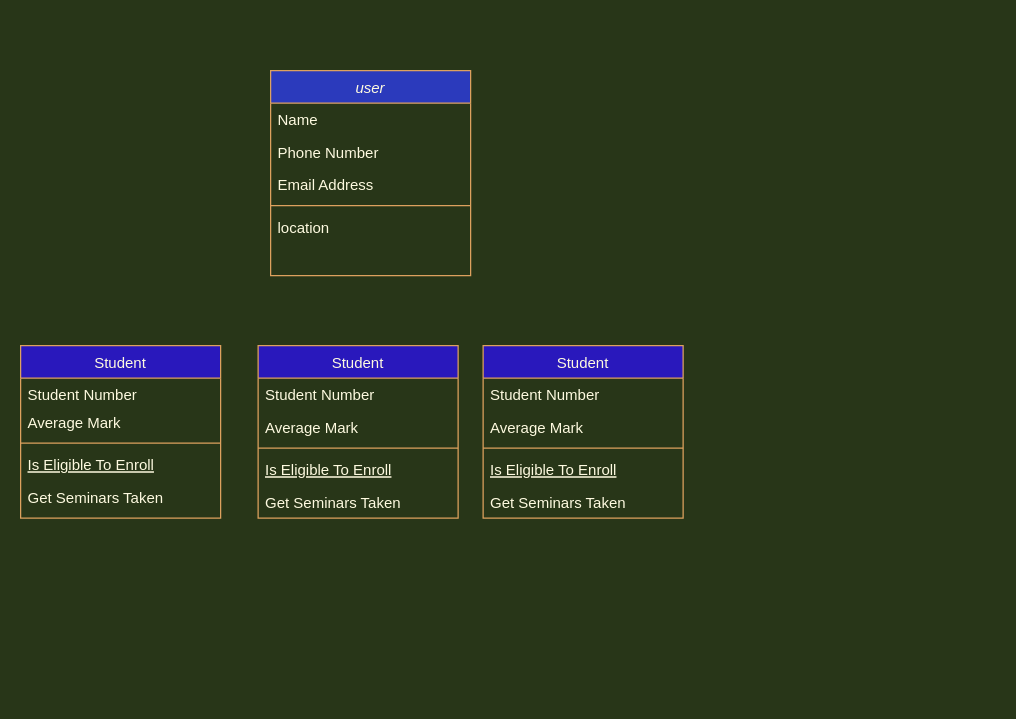
Majid-Aghamohammad/buno keeps this draw.io diagram as Buno Diagram.drawio. Above is the earlier version. Source tidied: cells renumbered, new cells numbered last; positions are measured from the earlier drawing's top-left corner, leaving out a move shared by most shapes. Both pictures are drawn from the tidied source at 125%, with x=0, y=0 at pixel (20, 70).
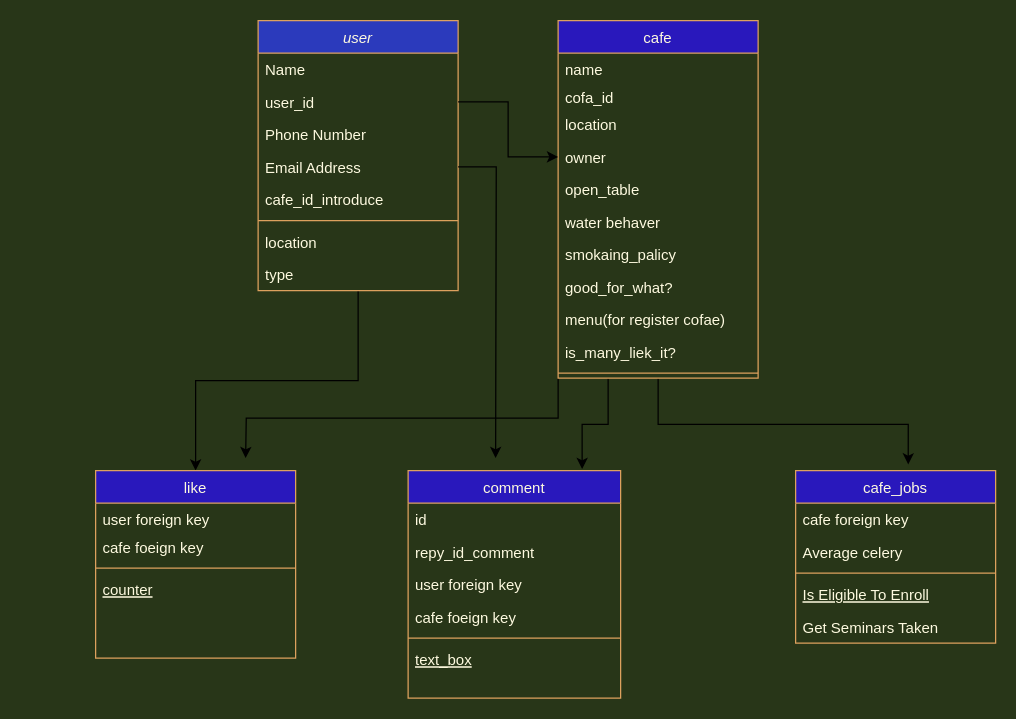
The same diagram, later.

What changed in the source:
```diff
@@
+    <mxCell id="26" style="edgeStyle=orthogonalEdgeStyle;rounded=0;jettySize=auto;html=1;exitX=0.5;exitY=1;exitDx=0;exitDy=0;entryX=0.5;entryY=0;entryDx=0;entryDy=0;" parent="1" edge="1" source="2" target="43">
+      <mxGeometry relative="1" as="geometry" />
+    </mxCell>
     <mxCell id="2" value="user" style="swimlane;fontStyle=2;align=center;verticalAlign=top;horizontal=1;startSize=26;rounded=0;shadow=0;strokeWidth=1;fillColor=#2B3ABC;strokeColor=#DDA15E;fontColor=#FEFAE0;swimlaneLine=1;" parent="1" vertex="1">
-      <mxGeometry x="200" width="160" height="164" as="geometry" />
+      <mxGeometry x="190" y="-40" width="160" height="216" as="geometry" />
     </mxCell>
+    <mxCell id="27" value="Name" style="text;align=left;verticalAlign=top;spacingLeft=4;spacingRight=4;overflow=hidden;fontColor=#FEFAE0;" parent="2" vertex="1">
+      <mxGeometry y="26" width="160" height="26" as="geometry" />
+    </mxCell>
-    <mxCell id="3" value="Name" style="text;align=left;verticalAlign=top;spacingLeft=4;spacingRight=4;overflow=hidden;points=[[0,0.5],[1,0.5]];portConstraint=eastwest;fontColor=#FEFAE0;" parent="2" vertex="1">
-      <mxGeometry y="26" width="160" height="26" as="geometry" />
+    <mxCell id="3" value="user_id" style="text;align=left;verticalAlign=top;spacingLeft=4;spacingRight=4;overflow=hidden;points=[[0,0.5],[1,0.5]];portConstraint=eastwest;fontColor=#FEFAE0;" parent="2" vertex="1">
+      <mxGeometry y="52" width="160" height="26" as="geometry" />
     </mxCell>
     <mxCell id="4" value="Phone Number" style="text;align=left;verticalAlign=top;spacingLeft=4;spacingRight=4;overflow=hidden;rounded=0;shadow=0;html=0;fontColor=#FEFAE0;" parent="2" vertex="1">
-      <mxGeometry y="52" width="160" height="26" as="geometry" />
+      <mxGeometry y="78" width="160" height="26" as="geometry" />
     </mxCell>
     <mxCell id="5" value="Email Address" style="text;align=left;verticalAlign=top;spacingLeft=4;spacingRight=4;overflow=hidden;points=[[0,0.5],[1,0.5]];portConstraint=eastwest;rounded=0;shadow=0;html=0;fontColor=#FEFAE0;" parent="2" vertex="1">
-      <mxGeometry y="78" width="160" height="26" as="geometry" />
+      <mxGeometry y="104" width="160" height="26" as="geometry" />
     </mxCell>
+    <mxCell id="28" value="cafe_id_introduce" style="text;align=left;verticalAlign=top;spacingLeft=4;spacingRight=4;overflow=hidden;rounded=0;shadow=0;html=0;fontColor=#FEFAE0;" parent="2" vertex="1">
+      <mxGeometry y="130" width="160" height="26" as="geometry" />
+    </mxCell>
     <mxCell id="6" style="line;html=1;strokeWidth=1;align=left;verticalAlign=middle;spacingTop=-1;spacingLeft=3;spacingRight=3;labelPosition=right;labelBackgroundColor=#283618;fillColor=#BC6C25;strokeColor=#DDA15E;fontColor=#FEFAE0;" parent="2" vertex="1">
-      <mxGeometry y="104" width="160" height="8" as="geometry" />
+      <mxGeometry y="156" width="160" height="8" as="geometry" />
     </mxCell>
     <mxCell id="7" value="location    " style="text;align=left;verticalAlign=top;spacingLeft=4;spacingRight=4;overflow=hidden;fontColor=#FEFAE0;" parent="2" vertex="1">
-      <mxGeometry y="112" width="160" height="26" as="geometry" />
+      <mxGeometry y="164" width="160" height="26" as="geometry" />
     </mxCell>
+    <mxCell id="29" value="type" style="text;align=left;verticalAlign=top;spacingLeft=4;spacingRight=4;overflow=hidden;fontColor=#FEFAE0;" parent="2" vertex="1">
+      <mxGeometry y="190" width="160" height="26" as="geometry" />
+    </mxCell>
-    <mxCell id="8" value="Student" style="swimlane;fontStyle=0;align=center;verticalAlign=top;horizontal=1;startSize=26;rounded=0;shadow=0;strokeWidth=1;fillColor=#2918BC;strokeColor=#DDA15E;fontColor=#FEFAE0;" parent="1" vertex="1">
-      <mxGeometry x="190" y="220" width="160" height="138" as="geometry" />
+    <mxCell id="8" value="comment" style="swimlane;fontStyle=0;align=center;verticalAlign=top;horizontal=1;startSize=26;rounded=0;shadow=0;strokeWidth=1;fillColor=#2918BC;strokeColor=#DDA15E;fontColor=#FEFAE0;" parent="1" vertex="1">
+      <mxGeometry x="310" y="320" width="170" height="182" as="geometry" />
     </mxCell>
-    <mxCell id="9" value="Student Number" style="text;align=left;verticalAlign=top;spacingLeft=4;spacingRight=4;overflow=hidden;fontColor=#FEFAE0;" parent="8" vertex="1">
-      <mxGeometry y="26" width="160" height="26" as="geometry" />
+    <mxCell id="9" value="id" style="text;align=left;verticalAlign=top;spacingLeft=4;spacingRight=4;overflow=hidden;fontColor=#FEFAE0;" parent="8" vertex="1">
+      <mxGeometry y="26" width="170" height="26" as="geometry" />
     </mxCell>
+    <mxCell id="30" value="repy_id_comment" style="text;align=left;verticalAlign=top;spacingLeft=4;spacingRight=4;overflow=hidden;fontColor=#FEFAE0;" parent="8" vertex="1">
+      <mxGeometry y="52" width="170" height="26" as="geometry" />
+    </mxCell>
+    <mxCell id="31" value="user foreign key" style="text;align=left;verticalAlign=top;spacingLeft=4;spacingRight=4;overflow=hidden;fontColor=#FEFAE0;" parent="8" vertex="1">
+      <mxGeometry y="78" width="170" height="26" as="geometry" />
+    </mxCell>
-    <mxCell id="10" value="Average Mark" style="text;align=left;verticalAlign=top;spacingLeft=4;spacingRight=4;overflow=hidden;rounded=0;shadow=0;html=0;fontColor=#FEFAE0;" parent="8" vertex="1">
-      <mxGeometry y="52" width="160" height="26" as="geometry" />
+    <mxCell id="10" value="cafe foeign key " style="text;align=left;verticalAlign=top;spacingLeft=4;spacingRight=4;overflow=hidden;rounded=0;shadow=0;html=0;fontColor=#FEFAE0;" parent="8" vertex="1">
+      <mxGeometry y="104" width="170" height="26" as="geometry" />
     </mxCell>
     <mxCell id="11" style="line;html=1;strokeWidth=1;align=left;verticalAlign=middle;spacingTop=-1;spacingLeft=3;spacingRight=3;labelPosition=right;labelBackgroundColor=#283618;fillColor=#BC6C25;strokeColor=#DDA15E;fontColor=#FEFAE0;" parent="8" vertex="1">
-      <mxGeometry y="78" width="160" height="8" as="geometry" />
+      <mxGeometry y="130" width="170" height="8" as="geometry" />
     </mxCell>
-    <mxCell id="12" value="Is Eligible To Enroll" style="text;align=left;verticalAlign=top;spacingLeft=4;spacingRight=4;overflow=hidden;fontStyle=4;fontColor=#FEFAE0;" parent="8" vertex="1">
-      <mxGeometry y="86" width="160" height="26" as="geometry" />
+    <mxCell id="12" value="text_box" style="text;align=left;verticalAlign=top;spacingLeft=4;spacingRight=4;overflow=hidden;fontStyle=4;fontColor=#FEFAE0;" parent="8" vertex="1">
+      <mxGeometry y="138" width="170" height="44" as="geometry" />
     </mxCell>
-    <mxCell id="13" value="Get Seminars Taken" style="text;align=left;verticalAlign=top;spacingLeft=4;spacingRight=4;overflow=hidden;fontColor=#FEFAE0;" parent="8" vertex="1">
-      <mxGeometry y="112" width="160" height="26" as="geometry" />
-    </mxCell>
-    <mxCell id="14" value="Student" style="swimlane;fontStyle=0;align=center;verticalAlign=top;horizontal=1;startSize=26;rounded=0;shadow=0;strokeWidth=1;fillColor=#2918BC;strokeColor=#DDA15E;fontColor=#FEFAE0;" parent="1" vertex="1">
-      <mxGeometry x="370" y="220" width="160" height="138" as="geometry" />
+    <mxCell id="14" value="cafe_jobs" style="swimlane;fontStyle=0;align=center;verticalAlign=top;horizontal=1;startSize=26;rounded=0;shadow=0;strokeWidth=1;fillColor=#2918BC;strokeColor=#DDA15E;fontColor=#FEFAE0;" parent="1" vertex="1">
+      <mxGeometry x="620" y="320" width="160" height="138" as="geometry" />
     </mxCell>
-    <mxCell id="15" value="Student Number" style="text;align=left;verticalAlign=top;spacingLeft=4;spacingRight=4;overflow=hidden;fontColor=#FEFAE0;" parent="14" vertex="1">
+    <mxCell id="15" value="cafe foreign key" style="text;align=left;verticalAlign=top;spacingLeft=4;spacingRight=4;overflow=hidden;fontColor=#FEFAE0;" parent="14" vertex="1">
       <mxGeometry y="26" width="160" height="26" as="geometry" />
     </mxCell>
-    <mxCell id="16" value="Average Mark" style="text;align=left;verticalAlign=top;spacingLeft=4;spacingRight=4;overflow=hidden;rounded=0;shadow=0;html=0;fontColor=#FEFAE0;" parent="14" vertex="1">
+    <mxCell id="16" value="Average celery" style="text;align=left;verticalAlign=top;spacingLeft=4;spacingRight=4;overflow=hidden;rounded=0;shadow=0;html=0;fontColor=#FEFAE0;" parent="14" vertex="1">
       <mxGeometry y="52" width="160" height="26" as="geometry" />
     </mxCell>
@@
+    <mxCell id="32" style="edgeStyle=orthogonalEdgeStyle;rounded=0;jettySize=auto;html=1;exitX=0.5;exitY=1;exitDx=0;exitDy=0;entryX=0.563;entryY=-0.036;entryDx=0;entryDy=0;entryPerimeter=0;" parent="1" edge="1" source="20" target="14">
+      <mxGeometry relative="1" as="geometry" />
+    </mxCell>
+    <mxCell id="33" style="edgeStyle=orthogonalEdgeStyle;rounded=0;jettySize=auto;html=1;exitX=0.25;exitY=1;exitDx=0;exitDy=0;entryX=0.819;entryY=-0.007;entryDx=0;entryDy=0;entryPerimeter=0;" parent="1" edge="1" source="20" target="8">
+      <mxGeometry relative="1" as="geometry" />
+    </mxCell>
+    <mxCell id="34" style="edgeStyle=orthogonalEdgeStyle;rounded=0;jettySize=auto;html=1;exitX=0;exitY=1;exitDx=0;exitDy=0;" parent="1" edge="1" source="20">
+      <mxGeometry relative="1" as="geometry">
+        <mxPoint x="180" y="310" as="targetPoint" />
+      </mxGeometry>
+    </mxCell>
-    <mxCell id="20" value="Student" style="swimlane;fontStyle=0;align=center;verticalAlign=top;horizontal=1;startSize=26;rounded=0;shadow=0;strokeWidth=1;fillColor=#2918BC;strokeColor=#DDA15E;fontColor=#FEFAE0;" parent="1" vertex="1">
-      <mxGeometry y="220" width="160" height="138" as="geometry" />
+    <mxCell id="20" value="cafe" style="swimlane;fontStyle=0;align=center;verticalAlign=top;horizontal=1;startSize=26;rounded=0;shadow=0;strokeWidth=1;fillColor=#2918BC;strokeColor=#DDA15E;fontColor=#FEFAE0;" parent="1" vertex="1">
+      <mxGeometry x="430" y="-40" width="160" height="286" as="geometry" />
     </mxCell>
-    <mxCell id="21" value="Student Number" style="text;align=left;verticalAlign=top;spacingLeft=4;spacingRight=4;overflow=hidden;fontColor=#FEFAE0;" parent="20" vertex="1">
+    <mxCell id="21" value="name" style="text;align=left;verticalAlign=top;spacingLeft=4;spacingRight=4;overflow=hidden;fontColor=#FEFAE0;" parent="20" vertex="1">
       <mxGeometry y="26" width="160" height="22" as="geometry" />
     </mxCell>
+    <mxCell id="35" value="cofa_id" style="text;align=left;verticalAlign=top;spacingLeft=4;spacingRight=4;overflow=hidden;fontColor=#FEFAE0;" parent="20" vertex="1">
+      <mxGeometry y="48" width="160" height="22" as="geometry" />
+    </mxCell>
-    <mxCell id="22" value="Average Mark" style="text;align=left;verticalAlign=top;spacingLeft=4;spacingRight=4;overflow=hidden;rounded=0;shadow=0;html=0;fontColor=#FEFAE0;" parent="20" vertex="1">
-      <mxGeometry y="48" width="160" height="26" as="geometry" />
+    <mxCell id="22" value="location" style="text;align=left;verticalAlign=top;spacingLeft=4;spacingRight=4;overflow=hidden;rounded=0;shadow=0;html=0;fontColor=#FEFAE0;" parent="20" vertex="1">
+      <mxGeometry y="70" width="160" height="26" as="geometry" />
     </mxCell>
+    <mxCell id="36" value="owner" style="text;align=left;verticalAlign=top;spacingLeft=4;spacingRight=4;overflow=hidden;points=[[0,0.5],[1,0.5]];portConstraint=eastwest;rounded=0;shadow=0;html=0;fontColor=#FEFAE0;" parent="20" vertex="1">
+      <mxGeometry y="96" width="160" height="26" as="geometry" />
+    </mxCell>
+    <mxCell id="37" value="open_table" style="text;align=left;verticalAlign=top;spacingLeft=4;spacingRight=4;overflow=hidden;rounded=0;shadow=0;html=0;fontColor=#FEFAE0;" parent="20" vertex="1">
+      <mxGeometry y="122" width="160" height="26" as="geometry" />
+    </mxCell>
+    <mxCell id="38" value="water behaver" style="text;align=left;verticalAlign=top;spacingLeft=4;spacingRight=4;overflow=hidden;rounded=0;shadow=0;html=0;fontColor=#FEFAE0;" parent="20" vertex="1">
+      <mxGeometry y="148" width="160" height="26" as="geometry" />
+    </mxCell>
+    <mxCell id="39" value="smokaing_palicy" style="text;align=left;verticalAlign=top;spacingLeft=4;spacingRight=4;overflow=hidden;rounded=0;shadow=0;html=0;fontColor=#FEFAE0;" parent="20" vertex="1">
+      <mxGeometry y="174" width="160" height="26" as="geometry" />
+    </mxCell>
+    <mxCell id="40" value="good_for_what?" style="text;align=left;verticalAlign=top;spacingLeft=4;spacingRight=4;overflow=hidden;rounded=0;shadow=0;html=0;fontColor=#FEFAE0;" parent="20" vertex="1">
+      <mxGeometry y="200" width="160" height="26" as="geometry" />
+    </mxCell>
+    <mxCell id="41" value="menu(for register cofae)" style="text;align=left;verticalAlign=top;spacingLeft=4;spacingRight=4;overflow=hidden;rounded=0;shadow=0;html=0;fontColor=#FEFAE0;" parent="20" vertex="1">
+      <mxGeometry y="226" width="160" height="26" as="geometry" />
+    </mxCell>
+    <mxCell id="42" value="is_many_liek_it?" style="text;align=left;verticalAlign=top;spacingLeft=4;spacingRight=4;overflow=hidden;rounded=0;shadow=0;html=0;fontColor=#FEFAE0;" parent="20" vertex="1">
+      <mxGeometry y="252" width="160" height="26" as="geometry" />
+    </mxCell>
     <mxCell id="23" style="line;html=1;strokeWidth=1;align=left;verticalAlign=middle;spacingTop=-1;spacingLeft=3;spacingRight=3;labelPosition=right;labelBackgroundColor=#283618;fillColor=#BC6C25;strokeColor=#DDA15E;fontColor=#FEFAE0;" parent="20" vertex="1">
-      <mxGeometry y="74" width="160" height="8" as="geometry" />
+      <mxGeometry y="278" width="160" height="8" as="geometry" />
     </mxCell>
-    <mxCell id="24" value="Is Eligible To Enroll" style="text;align=left;verticalAlign=top;spacingLeft=4;spacingRight=4;overflow=hidden;fontStyle=4;fontColor=#FEFAE0;" parent="20" vertex="1">
-      <mxGeometry y="82" width="160" height="26" as="geometry" />
-    </mxCell>
-    <mxCell id="25" value="Get Seminars Taken" style="text;align=left;verticalAlign=top;spacingLeft=4;spacingRight=4;overflow=hidden;fontColor=#FEFAE0;" parent="20" vertex="1">
-      <mxGeometry y="108" width="160" height="26" as="geometry" />
-    </mxCell>
+    <mxCell id="43" value="like" style="swimlane;fontStyle=0;align=center;verticalAlign=top;horizontal=1;startSize=26;rounded=0;shadow=0;strokeWidth=1;fillColor=#2918BC;strokeColor=#DDA15E;fontColor=#FEFAE0;" parent="1" vertex="1">
+      <mxGeometry x="60" y="320" width="160" height="150" as="geometry" />
+    </mxCell>
+    <mxCell id="44" value="user foreign key" style="text;align=left;verticalAlign=top;spacingLeft=4;spacingRight=4;overflow=hidden;fontColor=#FEFAE0;" parent="43" vertex="1">
+      <mxGeometry y="26" width="160" height="22" as="geometry" />
+    </mxCell>
+    <mxCell id="45" value="cafe foeign key " style="text;align=left;verticalAlign=top;spacingLeft=4;spacingRight=4;overflow=hidden;rounded=0;shadow=0;html=0;fontColor=#FEFAE0;" parent="43" vertex="1">
+      <mxGeometry y="48" width="160" height="26" as="geometry" />
+    </mxCell>
+    <mxCell id="46" style="line;html=1;strokeWidth=1;align=left;verticalAlign=middle;spacingTop=-1;spacingLeft=3;spacingRight=3;labelPosition=right;labelBackgroundColor=#283618;fillColor=#BC6C25;strokeColor=#DDA15E;fontColor=#FEFAE0;" parent="43" vertex="1">
+      <mxGeometry y="74" width="160" height="8" as="geometry" />
+    </mxCell>
+    <mxCell id="47" value="counter" style="text;align=left;verticalAlign=top;spacingLeft=4;spacingRight=4;overflow=hidden;fontStyle=4;fontColor=#FEFAE0;" parent="43" vertex="1">
+      <mxGeometry y="82" width="160" height="26" as="geometry" />
+    </mxCell>
+    <mxCell id="48" style="edgeStyle=orthogonalEdgeStyle;rounded=0;jettySize=auto;html=1;exitX=1;exitY=0.5;exitDx=0;exitDy=0;" parent="1" edge="1" source="5">
+      <mxGeometry relative="1" as="geometry">
+        <mxPoint x="380" y="310" as="targetPoint" />
+      </mxGeometry>
+    </mxCell>
+    <mxCell id="49" style="edgeStyle=orthogonalEdgeStyle;rounded=0;jettySize=auto;html=1;" parent="1" edge="1" source="3" target="36">
+      <mxGeometry relative="1" as="geometry" />
+    </mxCell>
```
